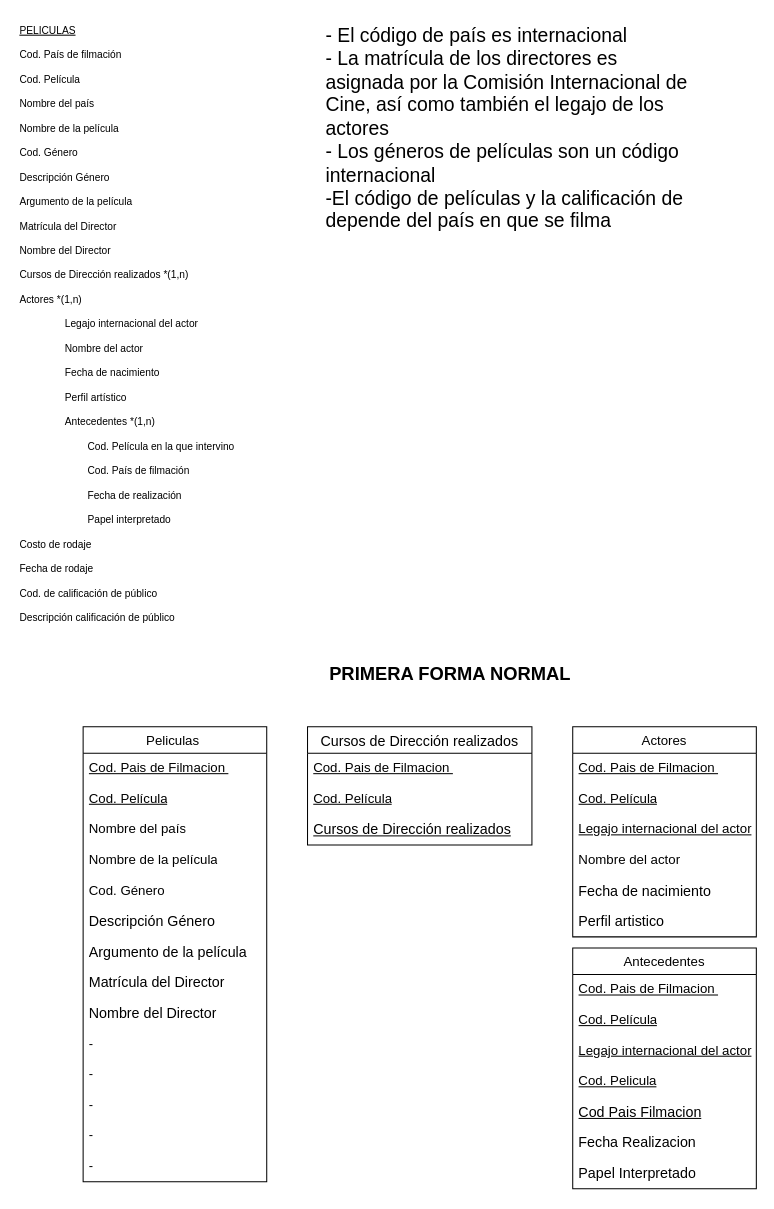
Before: DiagrapaPeliculas.drawio in Jose-AA/TP-PELICULAS-BASE-DE-DATOS, a draw.io diagram. Source tidied: cells renumbered, new cells numbered last; positions are measured from the earlier drawing's top-left corner, leaving out a move shared by most shapes. Both pictures are drawn from the tidied source at 102%, with x=0, y=0 at pixel (17, 17).
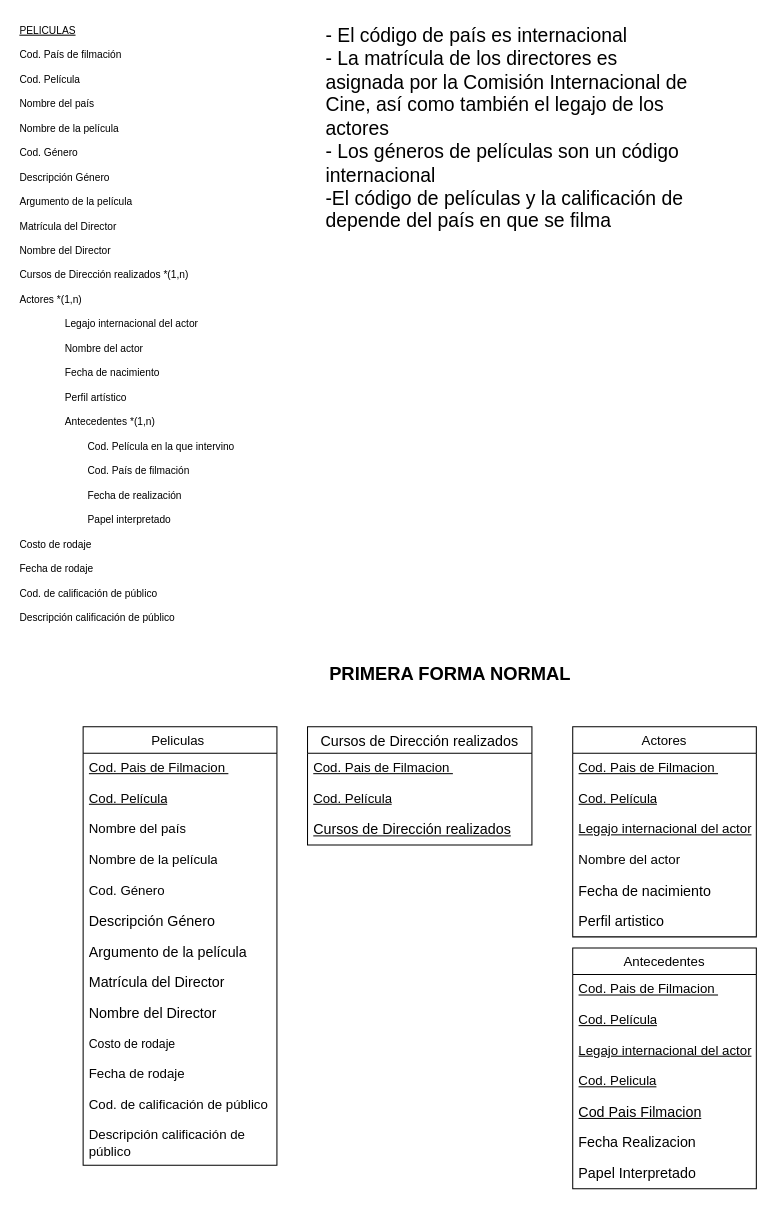
Above is the later version.

Change to the diagram source:
```diff
@@
     <mxCell id="2" value="Peliculas " style="swimlane;fontStyle=0;horizontal=1;startSize=26;align=center;fontSize=13;" parent="1" vertex="1">
-      <mxGeometry x="64" y="695" width="180" height="446" as="geometry" />
+      <mxGeometry x="64" y="695" width="190" height="430" as="geometry" />
     </mxCell>
     <mxCell id="3" value="&lt;div style=&quot;font-size: 13px;&quot;&gt;&lt;u&gt;Cod. Pais de Filmacion&amp;nbsp;&lt;/u&gt;&lt;/div&gt;" style="text;strokeColor=none;fillColor=none;spacingLeft=4;spacingRight=4;overflow=hidden;fontSize=13;whiteSpace=wrap;html=1;" parent="2" vertex="1">
-      <mxGeometry y="26" width="180" height="30" as="geometry" />
+      <mxGeometry y="26" width="190" height="30" as="geometry" />
     </mxCell>
     <mxCell id="4" value="&lt;span style=&quot;font-size: 13px;&quot;&gt;&lt;u&gt;Cod. Película&lt;/u&gt;&lt;/span&gt;" style="text;strokeColor=none;fillColor=none;spacingLeft=4;spacingRight=4;overflow=hidden;fontSize=13;whiteSpace=wrap;html=1;" parent="2" vertex="1">
-      <mxGeometry y="56" width="180" height="30" as="geometry" />
+      <mxGeometry y="56" width="190" height="30" as="geometry" />
     </mxCell>
     <mxCell id="5" value="&lt;span style=&quot;font-size: 13px;&quot;&gt;Nombre del país&lt;/span&gt;" style="text;strokeColor=none;fillColor=none;spacingLeft=4;spacingRight=4;overflow=hidden;fontSize=13;whiteSpace=wrap;html=1;" parent="2" vertex="1">
-      <mxGeometry y="86" width="180" height="30" as="geometry" />
+      <mxGeometry y="86" width="190" height="30" as="geometry" />
     </mxCell>
     <mxCell id="6" value="&lt;span style=&quot;font-size: 13px;&quot;&gt;Nombre de la película&lt;/span&gt;" style="text;strokeColor=none;fillColor=none;spacingLeft=4;spacingRight=4;overflow=hidden;fontSize=13;whiteSpace=wrap;html=1;" parent="2" vertex="1">
-      <mxGeometry y="116" width="180" height="30" as="geometry" />
+      <mxGeometry y="116" width="190" height="30" as="geometry" />
     </mxCell>
     <mxCell id="7" value="&lt;span style=&quot;font-size: 13px;&quot;&gt;Cod. Género&lt;/span&gt;" style="text;strokeColor=none;fillColor=none;spacingLeft=4;spacingRight=4;overflow=hidden;fontSize=13;whiteSpace=wrap;html=1;" parent="2" vertex="1">
-      <mxGeometry y="146" width="180" height="30" as="geometry" />
+      <mxGeometry y="146" width="190" height="30" as="geometry" />
     </mxCell>
     <mxCell id="8" value="&lt;span style=&quot;font-size: 14px;&quot;&gt;Descripción Género&lt;/span&gt;" style="text;strokeColor=none;fillColor=none;spacingLeft=4;spacingRight=4;overflow=hidden;fontSize=14;whiteSpace=wrap;html=1;" parent="2" vertex="1">
-      <mxGeometry y="176" width="180" height="30" as="geometry" />
+      <mxGeometry y="176" width="190" height="30" as="geometry" />
     </mxCell>
     <mxCell id="9" value="&lt;span style=&quot;font-size: 14px;&quot;&gt;Argumento de la película&lt;/span&gt;" style="text;strokeColor=none;fillColor=none;spacingLeft=4;spacingRight=4;overflow=hidden;fontSize=14;whiteSpace=wrap;html=1;" parent="2" vertex="1">
-      <mxGeometry y="206" width="180" height="30" as="geometry" />
+      <mxGeometry y="206" width="190" height="30" as="geometry" />
     </mxCell>
     <mxCell id="10" value="&lt;font style=&quot;font-size: 14px;&quot;&gt;Matrícula del Director&lt;/font&gt;" style="text;strokeColor=none;fillColor=none;spacingLeft=4;spacingRight=4;overflow=hidden;fontSize=13;whiteSpace=wrap;html=1;" parent="2" vertex="1">
-      <mxGeometry y="236" width="180" height="30" as="geometry" />
+      <mxGeometry y="236" width="190" height="30" as="geometry" />
     </mxCell>
     <mxCell id="11" value="&lt;font style=&quot;font-size: 14px;&quot;&gt;Nombre del Director&lt;/font&gt;" style="text;strokeColor=none;fillColor=none;spacingLeft=4;spacingRight=4;overflow=hidden;fontSize=13;whiteSpace=wrap;html=1;" parent="2" vertex="1">
-      <mxGeometry y="266" width="180" height="30" as="geometry" />
+      <mxGeometry y="266" width="190" height="30" as="geometry" />
     </mxCell>
+    <mxCell id="39" value="Costo de rodaje" style="text;strokeColor=none;fillColor=none;align=left;verticalAlign=middle;spacingLeft=4;spacingRight=4;overflow=hidden;whiteSpace=wrap;html=1;" parent="2" vertex="1">
+      <mxGeometry y="296" width="190" height="30" as="geometry" />
+    </mxCell>
-    <mxCell id="12" value="&lt;span style=&quot;font-size: 13px;&quot;&gt;-&lt;/span&gt;" style="text;strokeColor=none;fillColor=none;spacingLeft=4;spacingRight=4;overflow=hidden;fontSize=13;whiteSpace=wrap;html=1;" parent="2" vertex="1">
-      <mxGeometry y="296" width="180" height="30" as="geometry" />
+    <mxCell id="12" value="Fecha de rodaje" style="text;strokeColor=none;fillColor=none;spacingLeft=4;spacingRight=4;overflow=hidden;fontSize=13;whiteSpace=wrap;html=1;" parent="2" vertex="1">
+      <mxGeometry y="326" width="190" height="30" as="geometry" />
     </mxCell>
-    <mxCell id="13" value="&lt;span style=&quot;font-size: 13px;&quot;&gt;-&lt;/span&gt;" style="text;strokeColor=none;fillColor=none;spacingLeft=4;spacingRight=4;overflow=hidden;fontSize=13;whiteSpace=wrap;html=1;" parent="2" vertex="1">
-      <mxGeometry y="326" width="180" height="30" as="geometry" />
+    <mxCell id="13" value="Cod. de calificación de público" style="text;strokeColor=none;fillColor=none;spacingLeft=4;spacingRight=4;overflow=hidden;fontSize=13;whiteSpace=wrap;html=1;" parent="2" vertex="1">
+      <mxGeometry y="356" width="190" height="30" as="geometry" />
     </mxCell>
-    <mxCell id="14" value="&lt;span style=&quot;font-size: 13px;&quot;&gt;-&lt;/span&gt;" style="text;strokeColor=none;fillColor=none;spacingLeft=4;spacingRight=4;overflow=hidden;fontSize=13;whiteSpace=wrap;html=1;" parent="2" vertex="1">
-      <mxGeometry y="356" width="180" height="30" as="geometry" />
+    <mxCell id="14" value="Descripción calificación de público" style="text;strokeColor=none;fillColor=none;spacingLeft=4;spacingRight=4;overflow=hidden;fontSize=13;whiteSpace=wrap;html=1;" parent="2" vertex="1">
+      <mxGeometry y="386" width="190" height="44" as="geometry" />
     </mxCell>
-    <mxCell id="15" value="&lt;span style=&quot;font-size: 13px;&quot;&gt;-&lt;/span&gt;" style="text;strokeColor=none;fillColor=none;spacingLeft=4;spacingRight=4;overflow=hidden;fontSize=13;whiteSpace=wrap;html=1;" parent="2" vertex="1">
-      <mxGeometry y="386" width="180" height="30" as="geometry" />
-    </mxCell>
-    <mxCell id="16" value="&lt;span style=&quot;font-size: 13px;&quot;&gt;-&lt;/span&gt;" style="text;strokeColor=none;fillColor=none;spacingLeft=4;spacingRight=4;overflow=hidden;fontSize=13;whiteSpace=wrap;html=1;" parent="2" vertex="1">
-      <mxGeometry y="416" width="180" height="30" as="geometry" />
-    </mxCell>
```
